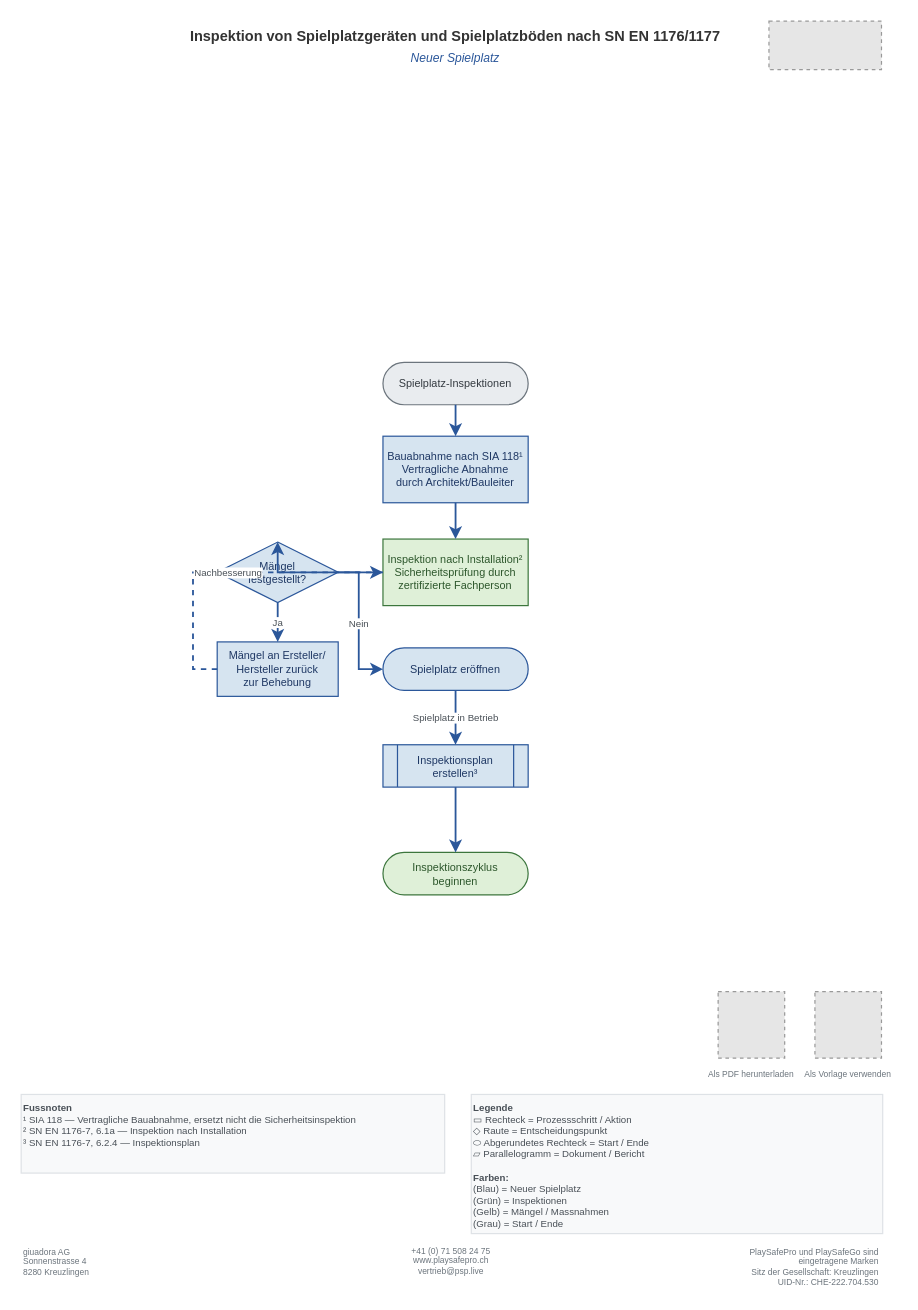
Earlier version of the draw.io diagram Inspektion-von-Spielplatzgeraeten-und-Spielplatzboeden/Neuer-Spielplatz.drawio (giuadora/ch.playsafepro.flowcharts). Source tidied: cells renumbered, new cells numbered last; positions are measured from the earlier drawing's top-left corner, leaving out a move shared by most shapes. Both pictures are drawn from the tidied source at 121%, with x=0, y=0 at pixel (21, 21). Pictures stored in the file or linked from it are replaced by grey dashed boxes.
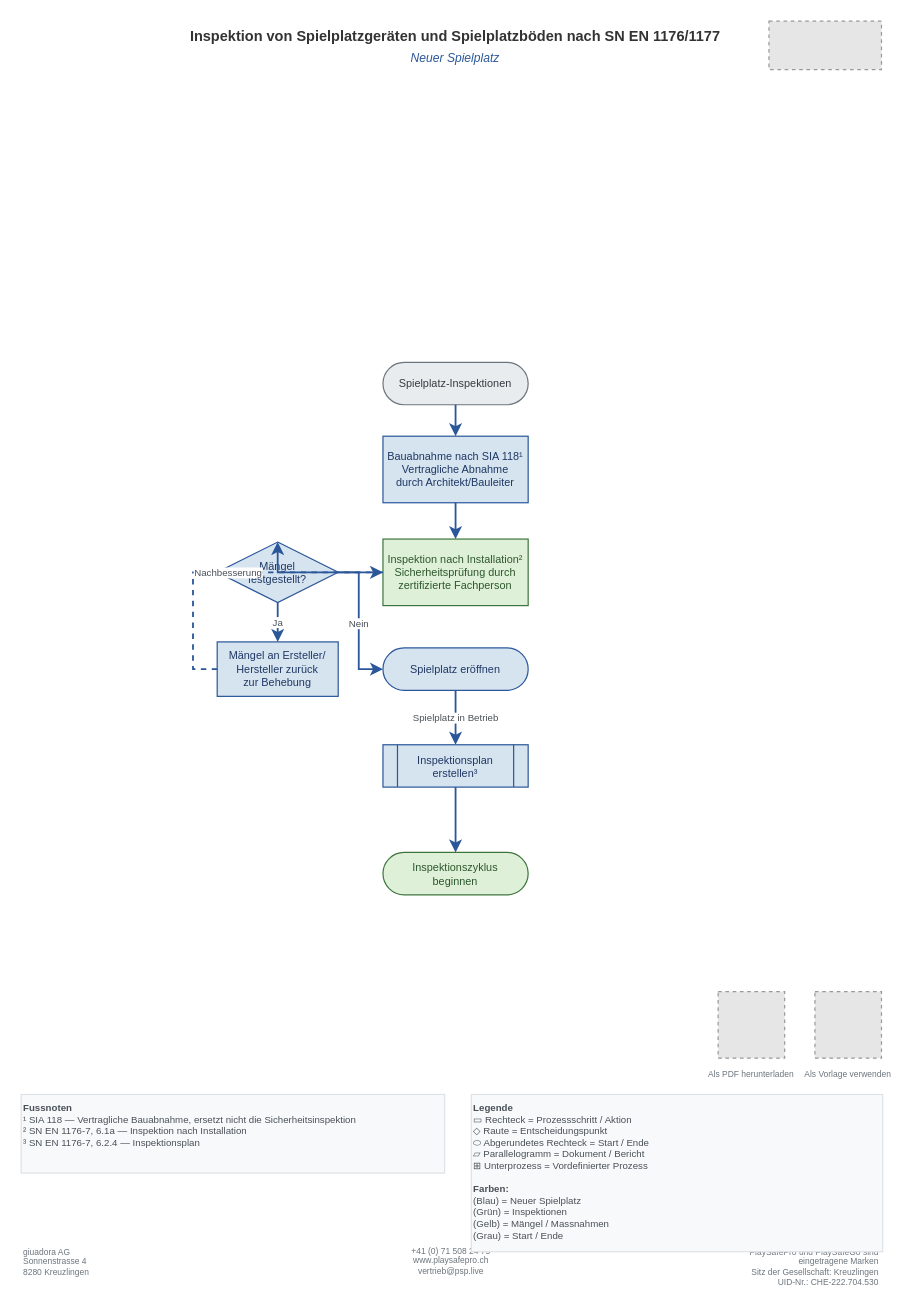
After the change.

Commit message (it also covers changes not shown here):
feat(09-01): add subprocess symbol to legends and update QR codes

- Added ⊞ Unterprozess = Vordefinierter Prozess to both flowchart legends
- Increased legend height from 115 to 130 to accommodate new entry
- Updated QR1 in FC1 to point to Neuer-Spielplatz.pdf
- Updated QR1 in FC2 to point to Bestehender-Spielplatz.pdf
- Updated QR2 in both files to point to shared README.md
- All files remain valid XML

Change to the diagram source:
```diff
@@
-    <mxCell id="21" value="&lt;b&gt;Legende&lt;/b&gt;&lt;br&gt;▭ Rechteck = Prozessschritt / Aktion&lt;br&gt;◇ Raute = Entscheidungspunkt&lt;br&gt;⬭ Abgerundetes Rechteck = Start / Ende&lt;br&gt;▱ Parallelogramm = Dokument / Bericht&lt;br&gt;&lt;br&gt;&lt;b&gt;Farben:&lt;/b&gt;&lt;br&gt;(Blau) = Neuer Spielplatz&lt;br&gt;(Grün) = Inspektionen&lt;br&gt;(Gelb) = Mängel / Massnahmen&lt;br&gt;(Grau) = Start / Ende" style="rounded=0;whiteSpace=wrap;html=1;fillColor=#F8F9FA;strokeColor=#DEE2E6;fontColor=#495057;fontSize=8;fontFamily=Helvetica;align=left;verticalAlign=top;" parent="1" vertex="1">
-      <mxGeometry x="372" y="887" width="340" height="115" as="geometry" />
+    <mxCell id="21" value="&lt;b&gt;Legende&lt;/b&gt;&lt;br&gt;▭ Rechteck = Prozessschritt / Aktion&lt;br&gt;◇ Raute = Entscheidungspunkt&lt;br&gt;⬭ Abgerundetes Rechteck = Start / Ende&lt;br&gt;▱ Parallelogramm = Dokument / Bericht&lt;br&gt;⊞ Unterprozess = Vordefinierter Prozess&lt;br&gt;&lt;br&gt;&lt;b&gt;Farben:&lt;/b&gt;&lt;br&gt;(Blau) = Neuer Spielplatz&lt;br&gt;(Grün) = Inspektionen&lt;br&gt;(Gelb) = Mängel / Massnahmen&lt;br&gt;(Grau) = Start / Ende" style="rounded=0;whiteSpace=wrap;html=1;fillColor=#F8F9FA;strokeColor=#DEE2E6;fontColor=#495057;fontSize=8;fontFamily=Helvetica;align=left;verticalAlign=top;" parent="1" vertex="1">
+      <mxGeometry x="372" y="887" width="340" height="130" as="geometry" />
     </mxCell>
```
